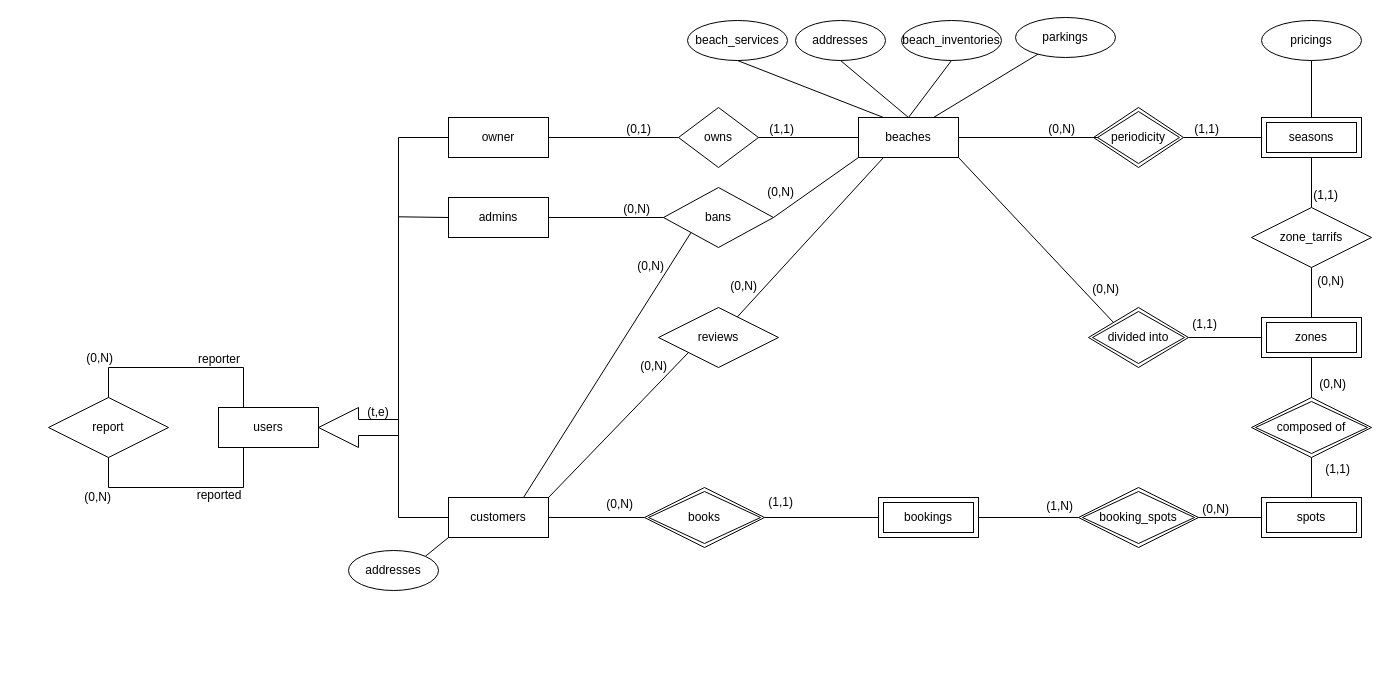
Earlier version of the draw.io diagram page "Pagina-1" (1 of 2) of UML/ModelloER.drawio (Teengamer37/gestione_stabilimento_balneare). Source tidied: cells renumbered, new cells numbered last; positions are measured from the earlier drawing's top-left corner, leaving out a move shared by most shapes. Both pictures are drawn from the tidied source at 100%, with x=0, y=0 at pixel (48, 17).
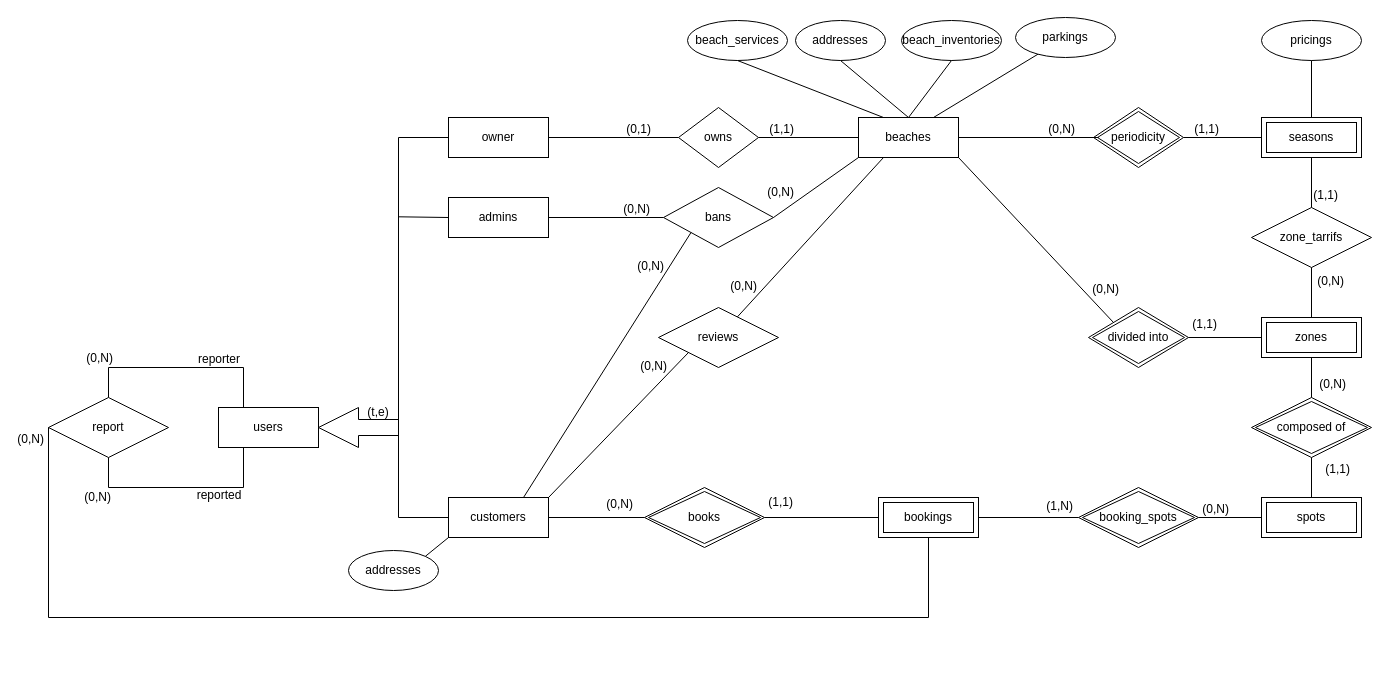
After the change.

The change refers to these unchanged cells:
```xml
<mxCell id="20" value="report" style="shape=rhombus;perimeter=rhombusPerimeter;whiteSpace=wrap;html=1;align=center;" parent="1" vertex="1">
  <mxGeometry y="380" width="120" height="60" as="geometry" />
</mxCell>
<mxCell id="25" value="bookings" style="shape=ext;margin=3;double=1;whiteSpace=wrap;html=1;align=center;" parent="1" vertex="1">
  <mxGeometry x="830" y="480" width="100" height="40" as="geometry" />
</mxCell>
```

Change to the diagram source:
```diff
@@
+    <mxCell id="85" style="endArrow=none;html=1;rounded=0;entryX=0;entryY=0.5;entryDx=0;entryDy=0;exitX=0.5;exitY=1;exitDx=0;exitDy=0;" parent="1" edge="1" source="25" target="20">
+      <mxGeometry relative="1" as="geometry">
+        <Array as="points">
+          <mxPoint x="880" y="600" />
+          <mxPoint y="600" />
+        </Array>
+      </mxGeometry>
+    </mxCell>
+    <mxCell id="86" value="(0,N)" style="html=1;whiteSpace=wrap;align=right;verticalAlign=bottom;" parent="1" vertex="1">
+      <mxGeometry x="-3" y="430" as="geometry" />
+    </mxCell>
```
